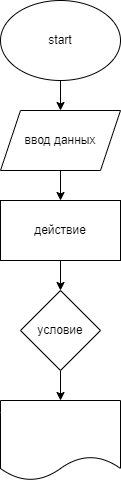
Before: 123.drawio.png, a diagram exported from draw.io (postalshum/test1). Source tidied: cells renumbered, new cells last; positions are measured from the earlier drawing's top-left corner, leaving out a move shared by most shapes.
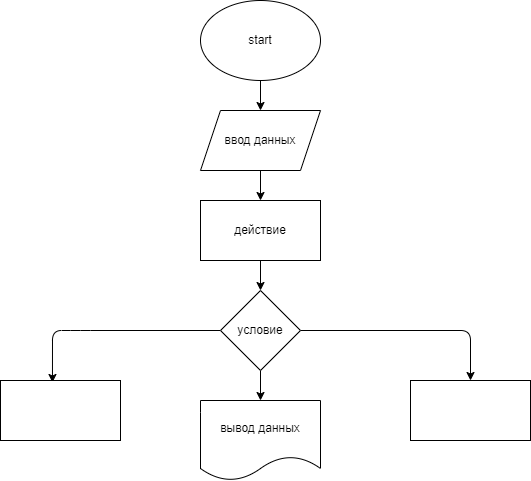
The same file after the commit.

Change to the diagram source:
```diff
@@ -23,11 +23,32 @@
     <mxCell id="8" style="edgeStyle=none;html=1;" parent="1" edge="1" source="9" target="10">
       <mxGeometry relative="1" as="geometry" />
     </mxCell>
+    <mxCell id="11" style="edgeStyle=none;html=1;entryX=0.433;entryY=0.033;entryDx=0;entryDy=0;entryPerimeter=0;" parent="1" edge="1" source="9" target="13">
+      <mxGeometry relative="1" as="geometry">
+        <Array as="points">
+          <mxPoint x="-120" y="330" />
+          <mxPoint x="-148" y="330" />
+        </Array>
+      </mxGeometry>
+    </mxCell>
+    <mxCell id="12" style="edgeStyle=none;html=1;entryX=0.5;entryY=0;entryDx=0;entryDy=0;" parent="1" edge="1" source="9" target="14">
+      <mxGeometry relative="1" as="geometry">
+        <Array as="points">
+          <mxPoint x="270" y="330" />
+        </Array>
+      </mxGeometry>
+    </mxCell>
     <mxCell id="9" value="условие" style="rhombus;whiteSpace=wrap;html=1;" parent="1" vertex="1">
       <mxGeometry x="20" y="290" width="80" height="80" as="geometry" />
     </mxCell>
-    <mxCell id="10" style="shape=document;whiteSpace=wrap;html=1;boundedLbl=1;" parent="1" vertex="1">
+    <mxCell id="10" value="вывод данных" style="shape=document;whiteSpace=wrap;html=1;boundedLbl=1;" parent="1" vertex="1">
       <mxGeometry y="400" width="120" height="80" as="geometry" />
     </mxCell>
+    <mxCell id="13" style="rounded=0;whiteSpace=wrap;html=1;" parent="1" vertex="1">
+      <mxGeometry x="-200" y="380" width="120" height="60" as="geometry" />
+    </mxCell>
+    <mxCell id="14" style="rounded=0;whiteSpace=wrap;html=1;" parent="1" vertex="1">
+      <mxGeometry x="210" y="380" width="120" height="60" as="geometry" />
+    </mxCell>
   </root>
 </mxGraphModel>
```
